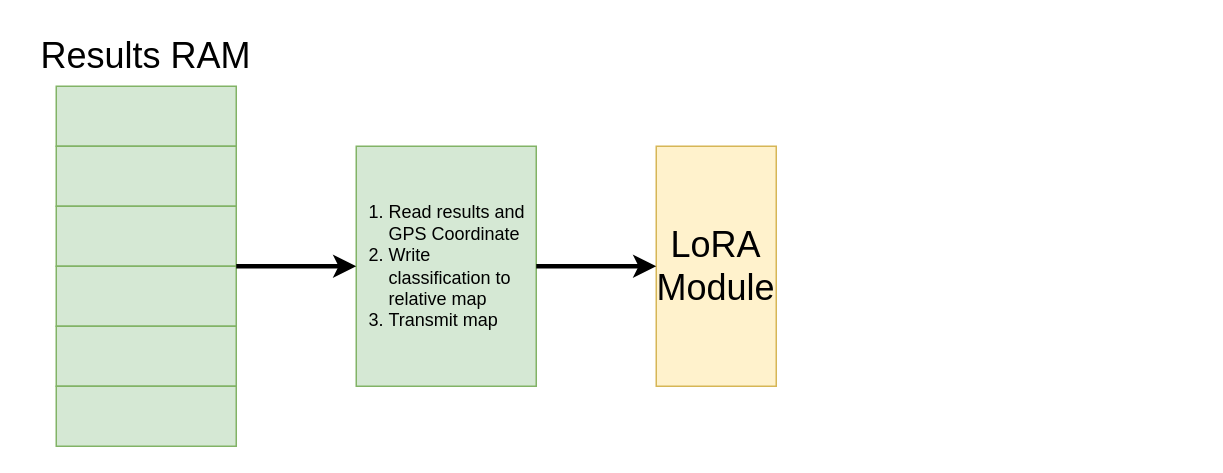
snider-lab-msu/figures keeps this draw.io diagram as mappingSoftware.drawio. Above is the earlier version. Source tidied: cells renumbered, new cells numbered last; positions are measured from the earlier drawing's top-left corner, leaving out a move shared by most shapes. Both pictures are drawn from the tidied source at 150%, with x=0, y=0 at pixel (26, 26).
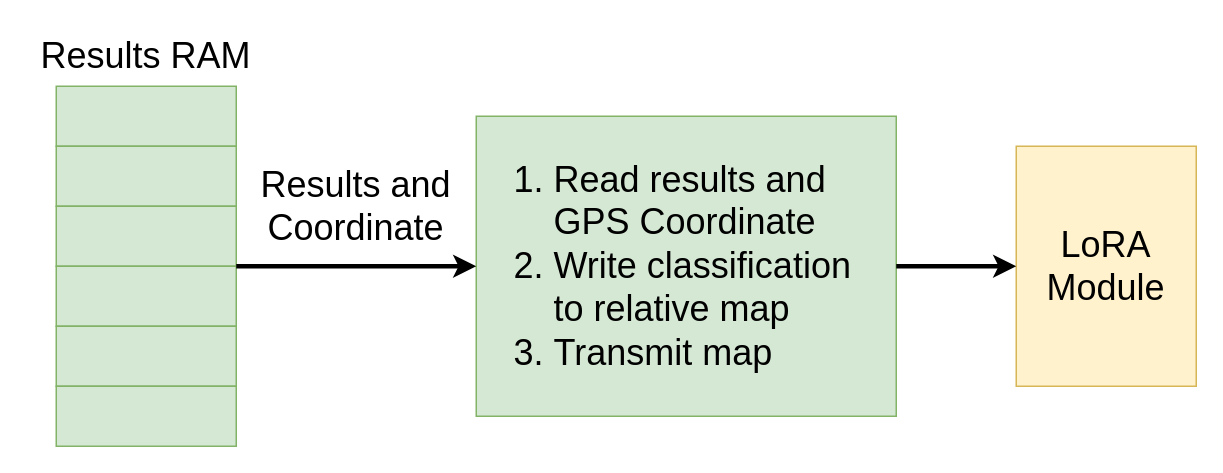
The same page after the edit.

The edit, as a diff of the source:
```diff
@@
 <mxGraphModel>
   <root>
     <mxCell id="0" />
     <mxCell id="1" parent="0" />
     <mxCell id="2" style="rounded=0;whiteSpace=wrap;html=1;fillColor=#d5e8d4;strokeColor=#82b366;" parent="1" vertex="1">
       <mxGeometry x="20" y="40" width="120" height="40" as="geometry" />
     </mxCell>
     <mxCell id="3" style="rounded=0;whiteSpace=wrap;html=1;fillColor=#d5e8d4;strokeColor=#82b366;" parent="1" vertex="1">
       <mxGeometry x="20" y="80" width="120" height="40" as="geometry" />
     </mxCell>
     <mxCell id="4" style="rounded=0;whiteSpace=wrap;html=1;fillColor=#d5e8d4;strokeColor=#82b366;" parent="1" vertex="1">
       <mxGeometry x="20" y="120" width="120" height="40" as="geometry" />
     </mxCell>
     <mxCell id="5" style="rounded=0;whiteSpace=wrap;html=1;fillColor=#d5e8d4;strokeColor=#82b366;" parent="1" vertex="1">
       <mxGeometry x="20" y="160" width="120" height="40" as="geometry" />
     </mxCell>
     <mxCell id="6" style="rounded=0;whiteSpace=wrap;html=1;fillColor=#d5e8d4;strokeColor=#82b366;" parent="1" vertex="1">
       <mxGeometry x="20" y="200" width="120" height="40" as="geometry" />
     </mxCell>
     <mxCell id="7" style="rounded=0;whiteSpace=wrap;html=1;fillColor=#d5e8d4;strokeColor=#82b366;" parent="1" vertex="1">
       <mxGeometry x="20" y="240" width="120" height="40" as="geometry" />
     </mxCell>
     <mxCell id="8" value="Results RAM" style="text;html=1;whiteSpace=wrap;strokeColor=none;fillColor=none;align=center;verticalAlign=middle;rounded=0;fontSize=24;" parent="1" vertex="1">
       <mxGeometry width="160" height="40" as="geometry" />
     </mxCell>
     <mxCell id="9" style="rounded=0;whiteSpace=wrap;html=1;fillColor=#d5e8d4;strokeColor=#82b366;align=center;labelPosition=center;verticalLabelPosition=middle;verticalAlign=middle;" parent="1" vertex="1">
-      <mxGeometry x="220" y="80" width="120" height="160" as="geometry" />
+      <mxGeometry x="300" y="60" width="280" height="200" as="geometry" />
     </mxCell>
-    <mxCell id="10" style="endArrow=classic;html=1;rounded=0;defaultLabelBackgroundColor=page;entryX=0;entryY=0.5;entryDx=0;entryDy=0;strokeWidth=3;" parent="1" edge="1" target="9">
-      <mxGeometry relative="1" as="geometry">
-        <mxPoint x="140" y="160" as="sourcePoint" />
-      </mxGeometry>
+    <mxCell id="10" style="endArrow=classic;html=1;rounded=0;defaultLabelBackgroundColor=page;entryX=0;entryY=0.5;entryDx=0;entryDy=0;strokeWidth=3;exitX=1;exitY=0;exitDx=0;exitDy=0;" parent="1" edge="1" source="5" target="9">
+      <mxGeometry relative="1" as="geometry" />
     </mxCell>
     <mxCell id="11" value="&lt;div&gt;LoRA&lt;/div&gt;&lt;div&gt;Module&lt;/div&gt;" style="rounded=0;whiteSpace=wrap;html=1;fillColor=#fff2cc;strokeColor=#d6b656;fontSize=24;" parent="1" vertex="1">
-      <mxGeometry x="420" y="80" width="80" height="160" as="geometry" />
+      <mxGeometry x="660" y="80" width="120" height="160" as="geometry" />
     </mxCell>
     <mxCell id="12" style="endArrow=classic;html=1;rounded=0;defaultLabelBackgroundColor=page;entryX=0;entryY=0.5;entryDx=0;entryDy=0;strokeWidth=3;" parent="1" edge="1">
       <mxGeometry relative="1" as="geometry">
-        <mxPoint x="340" y="160" as="sourcePoint" />
-        <mxPoint x="420" y="160" as="targetPoint" />
+        <mxPoint x="580" y="160" as="sourcePoint" />
+        <mxPoint x="660" y="160" as="targetPoint" />
       </mxGeometry>
     </mxCell>
-    <mxCell id="13" value="&lt;div align=&quot;left&quot;&gt;&lt;ol&gt;&lt;li&gt;Read results and GPS Coordinate&lt;/li&gt;&lt;li&gt;Write classification to relative map&lt;/li&gt;&lt;li&gt;Transmit map&lt;/li&gt;&lt;/ol&gt;&lt;/div&gt;" style="text;html=1;whiteSpace=wrap;strokeColor=none;fillColor=none;align=left;verticalAlign=middle;rounded=0;" parent="1" vertex="1">
-      <mxGeometry x="200" y="80" width="140" height="160" as="geometry" />
+    <mxCell id="13" value="&lt;div align=&quot;left&quot;&gt;&lt;ol&gt;&lt;li&gt;Read results and GPS Coordinate&lt;/li&gt;&lt;li&gt;Write classification to relative map&lt;/li&gt;&lt;li&gt;Transmit map&lt;/li&gt;&lt;/ol&gt;&lt;/div&gt;" style="text;html=1;whiteSpace=wrap;strokeColor=none;fillColor=none;align=left;verticalAlign=middle;rounded=0;fontSize=24;" parent="1" vertex="1">
+      <mxGeometry x="310" y="80" width="260" height="160" as="geometry" />
     </mxCell>
+    <mxCell id="14" value="&lt;font style=&quot;font-size: 24px;&quot;&gt;Results and Coordinate&lt;/font&gt;" style="text;html=1;whiteSpace=wrap;strokeColor=none;fillColor=none;align=center;verticalAlign=middle;rounded=0;" parent="1" vertex="1">
+      <mxGeometry x="140" y="80" width="160" height="80" as="geometry" />
+    </mxCell>
   </root>
 </mxGraphModel>
```
